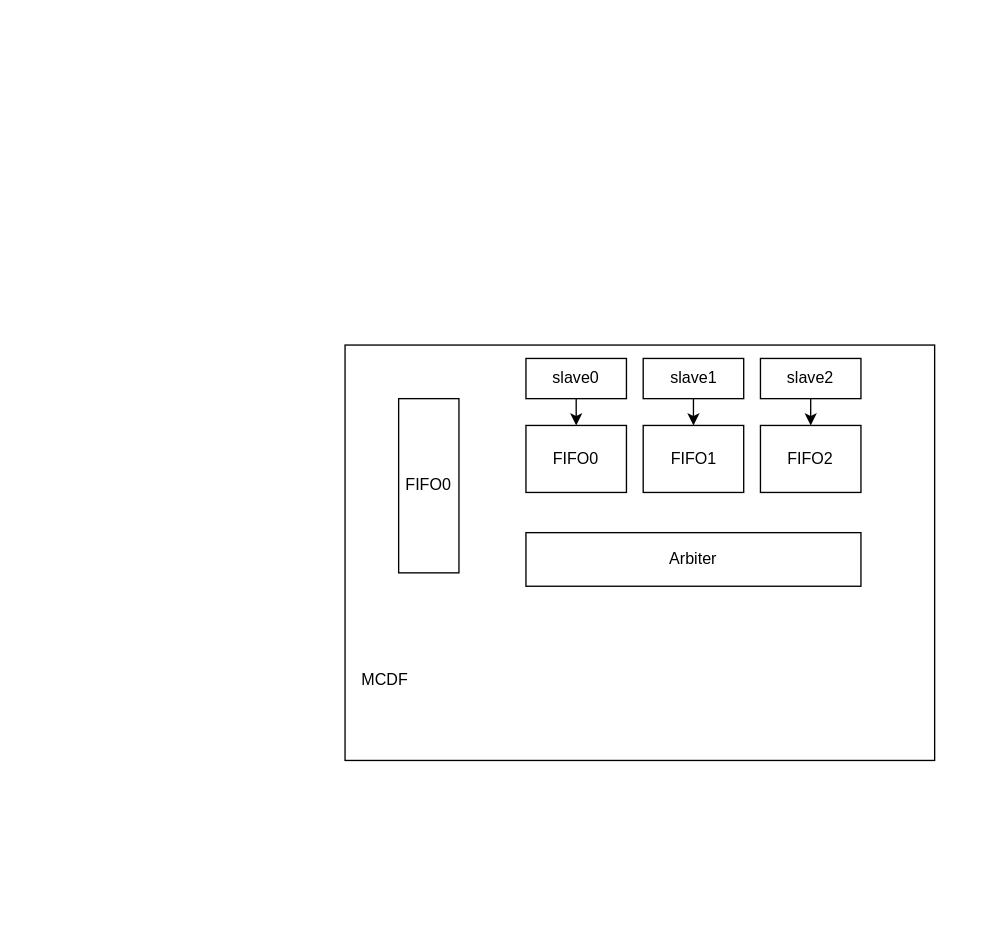
blacklee00/drive_io keeps this draw.io diagram as Untitled Diagram.drawio. Above is the earlier version. Source tidied: cells renumbered, new cells numbered last; positions are measured from the earlier drawing's top-left corner, leaving out a move shared by most shapes. Both pictures are drawn from the tidied source at 134%, with x=0, y=0 at pixel (344, 344).
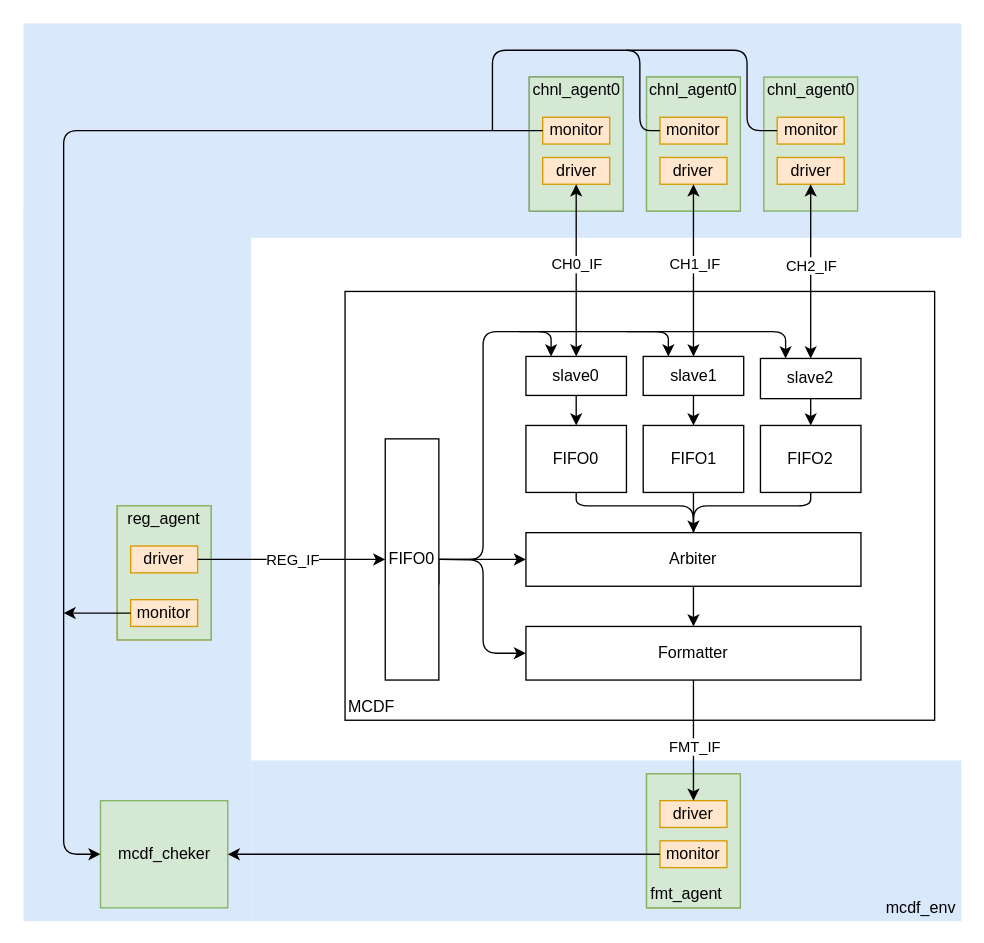
After the change.

Unchanged cells that the change refers to:
```xml
<mxCell id="7" value="FIFO1" style="rounded=0;whiteSpace=wrap;html=1;" parent="1" vertex="1">
  <mxGeometry x="222.5" y="60" width="75" height="50" as="geometry" />
</mxCell>
<mxCell id="10" value="FIFO2" style="rounded=0;whiteSpace=wrap;html=1;" parent="1" vertex="1">
  <mxGeometry x="310" y="60" width="75" height="50" as="geometry" />
</mxCell>
<mxCell id="12" value="slave2" style="rounded=0;whiteSpace=wrap;html=1;" parent="1" vertex="1">
  <mxGeometry x="310" y="10" width="75" height="30" as="geometry" />
</mxCell>
<mxCell id="14" value="Arbiter&lt;br&gt;" style="rounded=0;whiteSpace=wrap;html=1;" parent="1" vertex="1">
  <mxGeometry x="135" y="140" width="250" height="40" as="geometry" />
</mxCell>
```

The edit, as a diff of the source:
```diff
@@
+    <mxCell id="15" style="group;" parent="1" vertex="1">
+      <mxGeometry y="-40" width="440" height="320" as="geometry" />
+    </mxCell>
-    <mxCell id="2" value="&lt;br&gt;&lt;br&gt;&lt;br&gt;&lt;br&gt;" style="rounded=0;whiteSpace=wrap;html=1;" parent="1" vertex="1">
-      <mxGeometry width="440" height="310" as="geometry" />
+    <mxCell id="2" value="&lt;br&gt;&lt;br&gt;&lt;br&gt;&lt;br&gt;" style="rounded=0;whiteSpace=wrap;html=1;" parent="15" vertex="1">
+      <mxGeometry width="440" height="320" as="geometry" />
     </mxCell>
+    <mxCell id="13" value="MCDF&lt;br&gt;" style="text;html=1;strokeColor=none;fillColor=none;align=center;verticalAlign=middle;whiteSpace=wrap;rounded=0;" parent="15" vertex="1">
+      <mxGeometry y="300.6" width="40" height="19.4" as="geometry" />
+    </mxCell>
+    <mxCell id="4" value="slave0" style="rounded=0;whiteSpace=wrap;html=1;" parent="15" vertex="1">
+      <mxGeometry x="135" y="48.5" width="75" height="29.1" as="geometry" />
+    </mxCell>
+    <mxCell id="9" value="slave1" style="rounded=0;whiteSpace=wrap;html=1;" parent="15" vertex="1">
+      <mxGeometry x="222.5" y="48.5" width="75" height="29.1" as="geometry" />
+    </mxCell>
@@
-    <mxCell id="4" value="slave0" style="rounded=0;whiteSpace=wrap;html=1;" parent="1" vertex="1">
-      <mxGeometry x="135" y="10" width="75" height="30" as="geometry" />
-    </mxCell>
+    <mxCell id="16" style="edgeStyle=elbowEdgeStyle;rounded=0;sketch=0;jumpStyle=none;jettySize=auto;html=1;exitX=1;exitY=0.5;exitDx=0;exitDy=0;shadow=0;startArrow=none;startFill=0;endArrow=none;endFill=0;" parent="1" edge="1" source="5" target="2">
+      <mxGeometry relative="1" as="geometry">
+        <Array as="points">
+          <mxPoint x="100" y="120" />
+        </Array>
+      </mxGeometry>
+    </mxCell>
     <mxCell id="5" value="FIFO0" style="rounded=0;whiteSpace=wrap;html=1;" parent="1" vertex="1">
-      <mxGeometry x="40" y="40" width="45" height="130" as="geometry" />
+      <mxGeometry x="30" y="70" width="40" height="180" as="geometry" />
     </mxCell>
-    <mxCell id="6" value="FIFO0" style="rounded=0;whiteSpace=wrap;html=1;" parent="1" vertex="1">
-      <mxGeometry x="135" y="60" width="75" height="50" as="geometry" />
-    </mxCell>
+    <mxCell id="17" style="edgeStyle=orthogonalEdgeStyle;rounded=0;sketch=0;jumpStyle=none;jettySize=auto;html=1;exitX=0.5;exitY=1;exitDx=0;exitDy=0;shadow=0;startArrow=none;startFill=0;endArrow=classic;endFill=1;" parent="1" edge="1" source="7" target="14">
+      <mxGeometry relative="1" as="geometry" />
+    </mxCell>
@@
-    <mxCell id="9" value="slave1" style="rounded=0;whiteSpace=wrap;html=1;" parent="1" vertex="1">
-      <mxGeometry x="222.5" y="10" width="75" height="30" as="geometry" />
-    </mxCell>
@@
-    <mxCell id="13" value="MCDF&lt;br&gt;" style="text;html=1;strokeColor=none;fillColor=none;align=center;verticalAlign=middle;whiteSpace=wrap;rounded=0;" parent="1" vertex="1">
-      <mxGeometry x="10" y="240" width="40" height="20" as="geometry" />
-    </mxCell>
+    <mxCell id="18" style="edgeStyle=orthogonalEdgeStyle;rounded=0;jumpStyle=arc;jettySize=auto;html=1;" parent="1" edge="1" source="14" target="19">
+      <mxGeometry relative="1" as="geometry" />
+    </mxCell>
@@
+    <mxCell id="19" value="Formatter" style="whiteSpace=wrap;html=1;rounded=0;" parent="1" vertex="1">
+      <mxGeometry x="135" y="210" width="250" height="40" as="geometry" />
+    </mxCell>
+    <mxCell id="6" value="FIFO0" style="rounded=0;whiteSpace=wrap;html=1;shadow=0;" parent="1" vertex="1">
+      <mxGeometry x="135" y="60" width="75" height="50" as="geometry" />
+    </mxCell>
+    <mxCell id="20" style="endArrow=none;html=1;shadow=0;entryX=0.5;entryY=1;entryDx=0;entryDy=0;edgeStyle=orthogonalEdgeStyle;exitX=0.5;exitY=0;exitDx=0;exitDy=0;" parent="1" edge="1" source="14" target="6">
+      <mxGeometry relative="1" as="geometry">
+        <Array as="points">
+          <mxPoint x="260" y="120" />
+          <mxPoint x="173" y="120" />
+        </Array>
+      </mxGeometry>
+    </mxCell>
+    <mxCell id="21" style="endArrow=none;html=1;shadow=0;entryX=0.5;entryY=1;entryDx=0;entryDy=0;edgeStyle=orthogonalEdgeStyle;exitX=0.5;exitY=0;exitDx=0;exitDy=0;" parent="1" edge="1" source="14" target="10">
+      <mxGeometry relative="1" as="geometry">
+        <Array as="points">
+          <mxPoint x="260" y="120" />
+          <mxPoint x="348" y="120" />
+        </Array>
+      </mxGeometry>
+    </mxCell>
+    <mxCell id="22" style="endArrow=classic;html=1;shadow=0;edgeStyle=orthogonalEdgeStyle;exitX=1;exitY=0.5;exitDx=0;exitDy=0;entryX=0.25;entryY=0;entryDx=0;entryDy=0;endFill=1;" parent="1" edge="1" source="5" target="4">
+      <mxGeometry relative="1" as="geometry">
+        <Array as="points">
+          <mxPoint x="103" y="160" />
+          <mxPoint x="103" y="-10" />
+          <mxPoint x="154" y="-10" />
+        </Array>
+      </mxGeometry>
+    </mxCell>
+    <mxCell id="23" style="endArrow=classic;html=1;shadow=0;entryX=0.25;entryY=0;entryDx=0;entryDy=0;edgeStyle=orthogonalEdgeStyle;endFill=1;" parent="1" edge="1" target="9">
+      <mxGeometry relative="1" as="geometry">
+        <mxPoint x="130" y="-10" as="sourcePoint" />
+        <Array as="points">
+          <mxPoint x="130" y="-10" />
+          <mxPoint x="241" y="-10" />
+        </Array>
+      </mxGeometry>
+    </mxCell>
+    <mxCell id="24" style="endArrow=classic;html=1;shadow=0;entryX=0.25;entryY=0;entryDx=0;entryDy=0;edgeStyle=orthogonalEdgeStyle;endFill=1;" parent="1" edge="1" target="12">
+      <mxGeometry relative="1" as="geometry">
+        <mxPoint x="210" y="-10" as="sourcePoint" />
+        <Array as="points">
+          <mxPoint x="220" y="-10" />
+          <mxPoint x="329" y="-10" />
+        </Array>
+      </mxGeometry>
+    </mxCell>
+    <mxCell id="25" style="endArrow=classic;html=1;shadow=0;entryX=0;entryY=0.5;entryDx=0;entryDy=0;" parent="1" edge="1" target="14">
+      <mxGeometry relative="1" as="geometry">
+        <mxPoint x="70" y="160" as="sourcePoint" />
+      </mxGeometry>
+    </mxCell>
+    <mxCell id="26" style="endArrow=classic;html=1;shadow=0;edgeStyle=orthogonalEdgeStyle;entryX=0;entryY=0.5;entryDx=0;entryDy=0;endFill=1;" parent="1" edge="1" target="19">
+      <mxGeometry relative="1" as="geometry">
+        <mxPoint x="70" y="160" as="sourcePoint" />
+      </mxGeometry>
+    </mxCell>
+    <mxCell id="27" style="rounded=0;whiteSpace=wrap;html=1;shadow=0;fillColor=#dae8fc;strokeColor=none;" parent="1" vertex="1">
+      <mxGeometry x="-240" y="-240" width="700" height="160" as="geometry" />
+    </mxCell>
+    <mxCell id="28" style="rounded=0;whiteSpace=wrap;html=1;shadow=0;fillColor=#dae8fc;strokeColor=none;" parent="1" vertex="1">
+      <mxGeometry x="-240" y="-100" width="170" height="530" as="geometry" />
+    </mxCell>
+    <mxCell id="29" style="rounded=0;whiteSpace=wrap;html=1;shadow=0;fillColor=#dae8fc;strokeColor=none;" parent="1" vertex="1">
+      <mxGeometry x="-70" y="310" width="530" height="120" as="geometry" />
+    </mxCell>
+    <mxCell id="30" style="group;strokeColor=#666666;fontColor=#333333;" parent="1" vertex="1">
+      <mxGeometry x="137.5" y="-200" width="70" height="100" as="geometry" />
+    </mxCell>
+    <mxCell id="31" style="rounded=0;whiteSpace=wrap;html=1;shadow=0;strokeColor=#82b366;fillColor=#d5e8d4;" parent="30" vertex="1">
+      <mxGeometry width="70" height="100" as="geometry" />
+    </mxCell>
+    <mxCell id="32" value="monitor" style="rounded=0;whiteSpace=wrap;html=1;shadow=0;strokeColor=#d79b00;fillColor=#ffe6cc;" parent="30" vertex="1">
+      <mxGeometry x="10" y="30" width="50" height="20" as="geometry" />
+    </mxCell>
+    <mxCell id="33" value="driver" style="rounded=0;whiteSpace=wrap;html=1;shadow=0;strokeColor=#d79b00;fillColor=#ffe6cc;" parent="30" vertex="1">
+      <mxGeometry x="10" y="60" width="50" height="20" as="geometry" />
+    </mxCell>
+    <mxCell id="34" value="chnl_agent0" style="text;html=1;strokeColor=none;fillColor=none;align=center;verticalAlign=middle;whiteSpace=wrap;rounded=0;shadow=0;" parent="30" vertex="1">
+      <mxGeometry x="15" width="40" height="20" as="geometry" />
+    </mxCell>
+    <mxCell id="35" style="group;fillColor=#d5e8d4;strokeColor=#82b366;" parent="1" vertex="1">
+      <mxGeometry x="225" y="-200" width="70" height="100" as="geometry" />
+    </mxCell>
+    <mxCell id="36" style="rounded=0;whiteSpace=wrap;html=1;shadow=0;strokeColor=#82b366;fillColor=#d5e8d4;" parent="35" vertex="1">
+      <mxGeometry width="70" height="100" as="geometry" />
+    </mxCell>
+    <mxCell id="37" value="monitor" style="rounded=0;whiteSpace=wrap;html=1;shadow=0;strokeColor=#d79b00;fillColor=#ffe6cc;" parent="35" vertex="1">
+      <mxGeometry x="10" y="30" width="50" height="20" as="geometry" />
+    </mxCell>
+    <mxCell id="38" value="driver" style="rounded=0;whiteSpace=wrap;html=1;shadow=0;strokeColor=#d79b00;fillColor=#ffe6cc;" parent="35" vertex="1">
+      <mxGeometry x="10" y="60" width="50" height="20" as="geometry" />
+    </mxCell>
+    <mxCell id="39" value="chnl_agent0" style="text;html=1;strokeColor=none;fillColor=none;align=center;verticalAlign=middle;whiteSpace=wrap;rounded=0;shadow=0;" parent="35" vertex="1">
+      <mxGeometry x="15" width="40" height="20" as="geometry" />
+    </mxCell>
+    <mxCell id="40" style="group;" parent="1" vertex="1">
+      <mxGeometry x="312.5" y="-200" width="70" height="100" as="geometry" />
+    </mxCell>
+    <mxCell id="41" style="rounded=0;whiteSpace=wrap;html=1;shadow=0;strokeColor=#82b366;fillColor=#d5e8d4;" parent="40" vertex="1">
+      <mxGeometry width="70" height="100" as="geometry" />
+    </mxCell>
+    <mxCell id="42" value="monitor" style="rounded=0;whiteSpace=wrap;html=1;shadow=0;strokeColor=#d79b00;fillColor=#ffe6cc;" parent="40" vertex="1">
+      <mxGeometry x="10" y="30" width="50" height="20" as="geometry" />
+    </mxCell>
+    <mxCell id="43" value="driver" style="rounded=0;whiteSpace=wrap;html=1;shadow=0;strokeColor=#d79b00;fillColor=#ffe6cc;" parent="40" vertex="1">
+      <mxGeometry x="10" y="60" width="50" height="20" as="geometry" />
+    </mxCell>
+    <mxCell id="44" value="chnl_agent0" style="text;html=1;strokeColor=none;fillColor=none;align=center;verticalAlign=middle;whiteSpace=wrap;rounded=0;shadow=0;" parent="40" vertex="1">
+      <mxGeometry x="15" width="40" height="20" as="geometry" />
+    </mxCell>
+    <mxCell id="45" style="endArrow=classic;html=1;shadow=0;exitX=0.5;exitY=1;exitDx=0;exitDy=0;entryX=0.5;entryY=0;entryDx=0;entryDy=0;startArrow=classic;startFill=1;" parent="1" edge="1" source="33" target="4">
+      <mxGeometry relative="1" as="geometry" />
+    </mxCell>
+    <mxCell id="46" value="CH0_IF" style="edgeLabel;html=1;align=center;verticalAlign=middle;" parent="45" vertex="1">
+      <mxGeometry relative="1" as="geometry">
+        <mxPoint y="-4.3" as="offset" />
+      </mxGeometry>
+    </mxCell>
+    <mxCell id="47" style="endArrow=classic;html=1;shadow=0;entryX=0.5;entryY=0;entryDx=0;entryDy=0;startArrow=classic;startFill=1;exitX=0.5;exitY=1;exitDx=0;exitDy=0;" parent="1" edge="1" source="38" target="9">
+      <mxGeometry relative="1" as="geometry" />
+    </mxCell>
+    <mxCell id="48" value="CH1_IF" style="edgeLabel;html=1;align=center;verticalAlign=middle;" parent="47" vertex="1">
+      <mxGeometry relative="1" as="geometry">
+        <mxPoint y="-4.3" as="offset" />
+      </mxGeometry>
+    </mxCell>
+    <mxCell id="49" style="endArrow=classic;html=1;shadow=0;exitX=0.5;exitY=1;exitDx=0;exitDy=0;entryX=0.5;entryY=0;entryDx=0;entryDy=0;startArrow=classic;startFill=1;" parent="1" edge="1" source="43" target="12">
+      <mxGeometry relative="1" as="geometry" />
+    </mxCell>
+    <mxCell id="50" value="CH2_IF" style="edgeLabel;html=1;align=center;verticalAlign=middle;" parent="49" vertex="1">
+      <mxGeometry relative="1" as="geometry">
+        <mxPoint y="-4.8" as="offset" />
+      </mxGeometry>
+    </mxCell>
+    <mxCell id="51" style="group;fillColor=#ffe6cc;strokeColor=#d79b00;" parent="1" vertex="1">
+      <mxGeometry x="225" y="320" width="70" height="100" as="geometry" />
+    </mxCell>
+    <mxCell id="52" style="rounded=0;whiteSpace=wrap;html=1;shadow=0;strokeColor=#82b366;fillColor=#d5e8d4;" parent="51" vertex="1">
+      <mxGeometry width="70" height="100" as="geometry" />
+    </mxCell>
+    <mxCell id="53" value="monitor" style="rounded=0;whiteSpace=wrap;html=1;shadow=0;strokeColor=#d79b00;fillColor=#ffe6cc;" parent="51" vertex="1">
+      <mxGeometry x="10" y="50" width="50" height="20" as="geometry" />
+    </mxCell>
+    <mxCell id="54" value="driver" style="rounded=0;whiteSpace=wrap;html=1;shadow=0;strokeColor=#d79b00;fillColor=#ffe6cc;" parent="51" vertex="1">
+      <mxGeometry x="10" y="20" width="50" height="20" as="geometry" />
+    </mxCell>
+    <mxCell id="55" value="fmt_agent" style="text;html=1;strokeColor=none;fillColor=none;align=center;verticalAlign=middle;whiteSpace=wrap;rounded=0;shadow=0;" parent="51" vertex="1">
+      <mxGeometry x="10" y="80" width="40" height="20" as="geometry" />
+    </mxCell>
+    <mxCell id="56" style="endArrow=classic;html=1;shadow=0;exitX=0.5;exitY=1;exitDx=0;exitDy=0;entryX=0.5;entryY=0;entryDx=0;entryDy=0;" parent="1" edge="1" source="19" target="54">
+      <mxGeometry relative="1" as="geometry" />
+    </mxCell>
+    <mxCell id="57" value="FMT_IF" style="edgeLabel;html=1;align=center;verticalAlign=middle;" parent="56" vertex="1">
+      <mxGeometry relative="1" as="geometry">
+        <mxPoint y="4.8" as="offset" />
+      </mxGeometry>
+    </mxCell>
+    <mxCell id="58" style="group;strokeColor=#d79b00;fillColor=#ffe6cc;" parent="1" vertex="1">
+      <mxGeometry x="-170" y="120" width="70" height="100" as="geometry" />
+    </mxCell>
+    <mxCell id="59" style="rounded=0;whiteSpace=wrap;html=1;shadow=0;strokeColor=#82b366;fillColor=#d5e8d4;" parent="58" vertex="1">
+      <mxGeometry width="70" height="100" as="geometry" />
+    </mxCell>
+    <mxCell id="60" value="monitor" style="rounded=0;whiteSpace=wrap;html=1;shadow=0;strokeColor=#d79b00;fillColor=#ffe6cc;" parent="58" vertex="1">
+      <mxGeometry x="10" y="70" width="50" height="20" as="geometry" />
+    </mxCell>
+    <mxCell id="61" value="driver" style="rounded=0;whiteSpace=wrap;html=1;shadow=0;strokeColor=#d79b00;fillColor=#ffe6cc;" parent="58" vertex="1">
+      <mxGeometry x="10" y="30" width="50" height="20" as="geometry" />
+    </mxCell>
+    <mxCell id="62" value="reg_agent" style="text;html=1;strokeColor=none;fillColor=none;align=center;verticalAlign=middle;whiteSpace=wrap;rounded=0;shadow=0;" parent="58" vertex="1">
+      <mxGeometry x="15" width="40" height="20" as="geometry" />
+    </mxCell>
+    <mxCell id="63" style="endArrow=classic;html=1;shadow=0;exitX=1;exitY=0.5;exitDx=0;exitDy=0;entryX=0;entryY=0.5;entryDx=0;entryDy=0;" parent="1" edge="1" source="61" target="5">
+      <mxGeometry relative="1" as="geometry" />
+    </mxCell>
+    <mxCell id="64" value="REG_IF" style="edgeLabel;html=1;align=center;verticalAlign=middle;" parent="63" vertex="1">
+      <mxGeometry relative="1" as="geometry" />
+    </mxCell>
+    <mxCell id="65" value="mcdf_cheker" style="rounded=0;whiteSpace=wrap;html=1;shadow=0;strokeColor=#82b366;fillColor=#d5e8d4;" parent="1" vertex="1">
+      <mxGeometry x="-182.5" y="340" width="95" height="80" as="geometry" />
+    </mxCell>
+    <mxCell id="66" style="endArrow=none;html=1;shadow=0;entryX=0;entryY=0.5;entryDx=0;entryDy=0;edgeStyle=orthogonalEdgeStyle;exitX=0;exitY=0.5;exitDx=0;exitDy=0;endFill=0;startArrow=classic;startFill=1;" parent="1" edge="1" source="65" target="32">
+      <mxGeometry relative="1" as="geometry">
+        <Array as="points">
+          <mxPoint x="-210" y="380" />
+          <mxPoint x="-210" y="-160" />
+        </Array>
+      </mxGeometry>
+    </mxCell>
+    <mxCell id="67" style="endArrow=none;html=1;shadow=0;entryX=0;entryY=0.5;entryDx=0;entryDy=0;edgeStyle=orthogonalEdgeStyle;" parent="1" edge="1" target="37">
+      <mxGeometry relative="1" as="geometry">
+        <mxPoint x="110" y="-160" as="sourcePoint" />
+        <Array as="points">
+          <mxPoint x="110" y="-220" />
+          <mxPoint x="220" y="-220" />
+          <mxPoint x="220" y="-160" />
+        </Array>
+      </mxGeometry>
+    </mxCell>
+    <mxCell id="68" style="endArrow=none;html=1;shadow=0;entryX=0;entryY=0.5;entryDx=0;entryDy=0;edgeStyle=orthogonalEdgeStyle;" parent="1" edge="1" target="42">
+      <mxGeometry relative="1" as="geometry">
+        <mxPoint x="210" y="-220" as="sourcePoint" />
+        <Array as="points">
+          <mxPoint x="300" y="-220" />
+          <mxPoint x="300" y="-160" />
+        </Array>
+      </mxGeometry>
+    </mxCell>
+    <mxCell id="69" style="endArrow=none;html=1;shadow=0;entryX=0;entryY=0.5;entryDx=0;entryDy=0;startArrow=classic;startFill=1;" parent="1" edge="1" target="60">
+      <mxGeometry relative="1" as="geometry">
+        <mxPoint x="-210" y="200" as="sourcePoint" />
+      </mxGeometry>
+    </mxCell>
+    <mxCell id="70" style="endArrow=none;html=1;shadow=0;entryX=0;entryY=0.5;entryDx=0;entryDy=0;exitX=1;exitY=0.5;exitDx=0;exitDy=0;startArrow=classic;startFill=1;" parent="1" edge="1" source="65" target="53">
+      <mxGeometry relative="1" as="geometry" />
+    </mxCell>
+    <mxCell id="71" value="mcdf_env" style="text;html=1;strokeColor=none;fillColor=none;align=center;verticalAlign=middle;whiteSpace=wrap;rounded=0;shadow=0;" parent="1" vertex="1">
+      <mxGeometry x="410" y="410" width="40" height="20" as="geometry" />
+    </mxCell>
```
